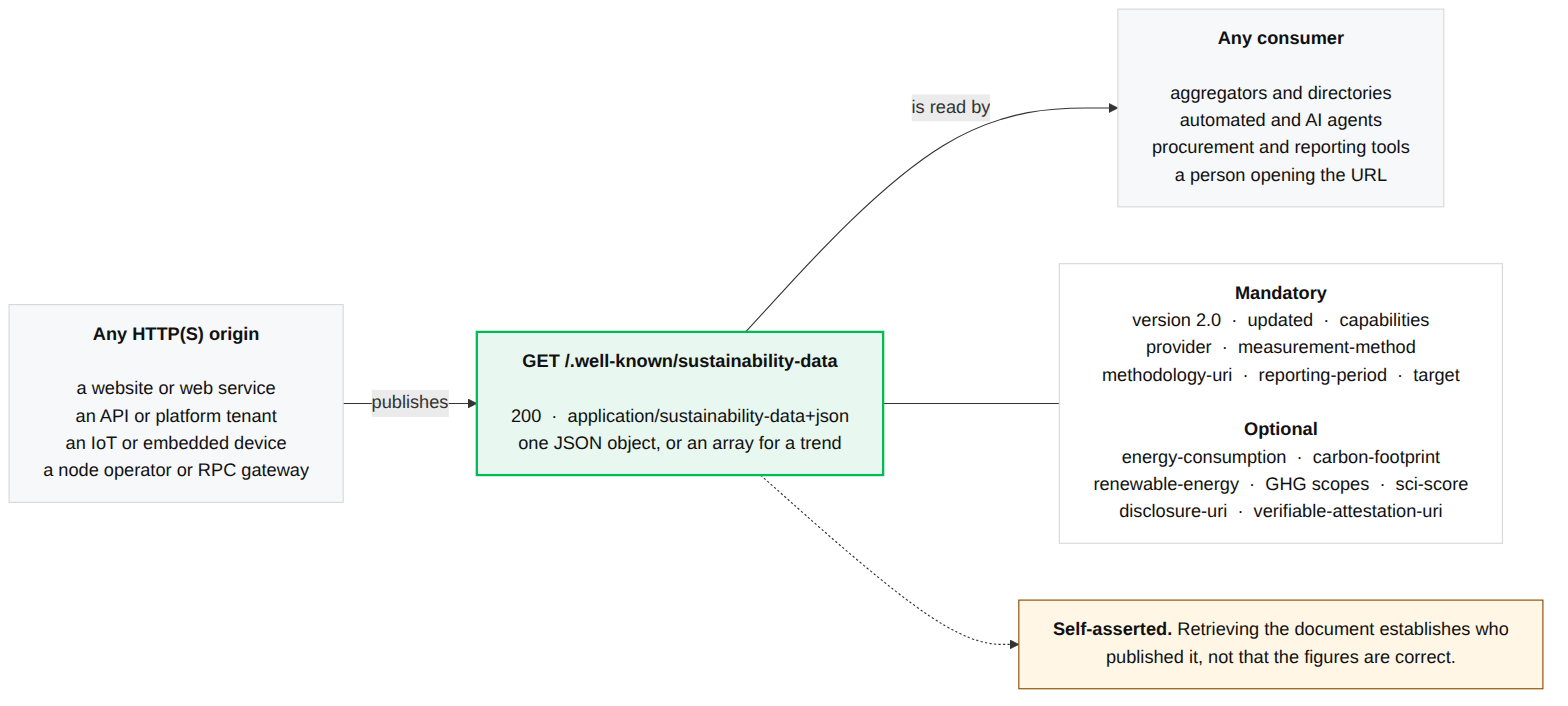
andreibesleaga/rfc-sustainability-wellknown keeps this Mermaid diagram as architecture/images/overview.png. Above is the earlier version. Its source is kept beside it as architecture/diagrams/overview.mmd. The source it was exported from:
```mermaid
%%{init: {"flowchart": {"wrappingWidth": 520, "htmlLabels": true, "curve": "basis"}} }%%
flowchart LR
    PUB["<b>Any HTTP(S) origin</b><br/><br/>a website or web service<br/>an API or platform tenant<br/>an IoT or embedded device<br/>a node operator or RPC gateway"]

    DOC["<b>GET /.well-known/sustainability-data</b><br/><br/>200 &nbsp;·&nbsp; application/sustainability-data+json<br/>one JSON object, or an array for a trend"]

    MEM["<b>Mandatory</b><br/>version 2.0 &nbsp;·&nbsp; updated &nbsp;·&nbsp; capabilities<br/>provider &nbsp;·&nbsp; measurement-method<br/>methodology-uri &nbsp;·&nbsp; reporting-period &nbsp;·&nbsp; target<br/><br/><b>Optional</b><br/>energy-consumption &nbsp;·&nbsp; carbon-footprint<br/>renewable-energy &nbsp;·&nbsp; GHG scopes &nbsp;·&nbsp; sci-score<br/>disclosure-uri &nbsp;·&nbsp; verifiable-attestation-uri"]

    CON["<b>Any consumer</b><br/><br/>aggregators and directories<br/>automated and AI agents<br/>procurement and reporting tools<br/>a person opening the URL"]

    NOTE["<b>Self-asserted.</b> Retrieving the document establishes who<br/>published it, not that the figures are correct."]

    PUB -- publishes --> DOC
    DOC -- is read by --> CON
    DOC --- MEM
    DOC -.-> NOTE

    classDef box fill:#f6f8fa,stroke:#d8d8d8,color:#111
    classDef doc fill:#e8f7ef,stroke:#0b5,stroke-width:2px,color:#111
    classDef mem fill:#ffffff,stroke:#d8d8d8,color:#111
    classDef note fill:#fff6e6,stroke:#8a4b00,color:#111
    class PUB,CON box
    class DOC doc
    class MEM mem
    class NOTE note
```
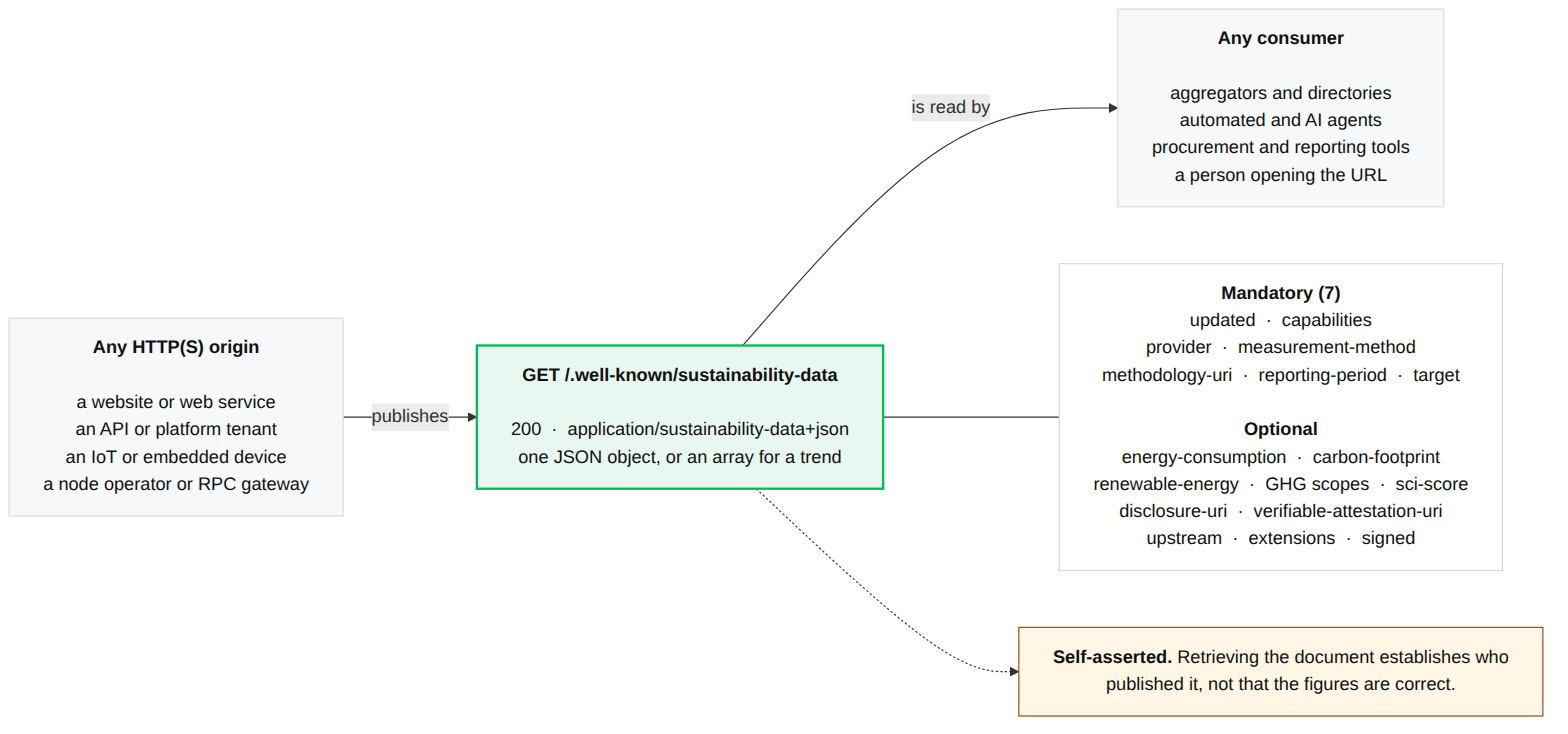
Later version of the same file.

What changed in the source:
```diff
@@ -4,7 +4,7 @@
 
     DOC["<b>GET /.well-known/sustainability-data</b><br/><br/>200 &nbsp;·&nbsp; application/sustainability-data+json<br/>one JSON object, or an array for a trend"]
 
-    MEM["<b>Mandatory</b><br/>version 2.0 &nbsp;·&nbsp; updated &nbsp;·&nbsp; capabilities<br/>provider &nbsp;·&nbsp; measurement-method<br/>methodology-uri &nbsp;·&nbsp; reporting-period &nbsp;·&nbsp; target<br/><br/><b>Optional</b><br/>energy-consumption &nbsp;·&nbsp; carbon-footprint<br/>renewable-energy &nbsp;·&nbsp; GHG scopes &nbsp;·&nbsp; sci-score<br/>disclosure-uri &nbsp;·&nbsp; verifiable-attestation-uri"]
+    MEM["<b>Mandatory (7)</b><br/>updated &nbsp;·&nbsp; capabilities<br/>provider &nbsp;·&nbsp; measurement-method<br/>methodology-uri &nbsp;·&nbsp; reporting-period &nbsp;·&nbsp; target<br/><br/><b>Optional</b><br/>energy-consumption &nbsp;·&nbsp; carbon-footprint<br/>renewable-energy &nbsp;·&nbsp; GHG scopes &nbsp;·&nbsp; sci-score<br/>disclosure-uri &nbsp;·&nbsp; verifiable-attestation-uri<br/>upstream &nbsp;·&nbsp; extensions &nbsp;·&nbsp; signed"]
 
     CON["<b>Any consumer</b><br/><br/>aggregators and directories<br/>automated and AI agents<br/>procurement and reporting tools<br/>a person opening the URL"]
 
```
